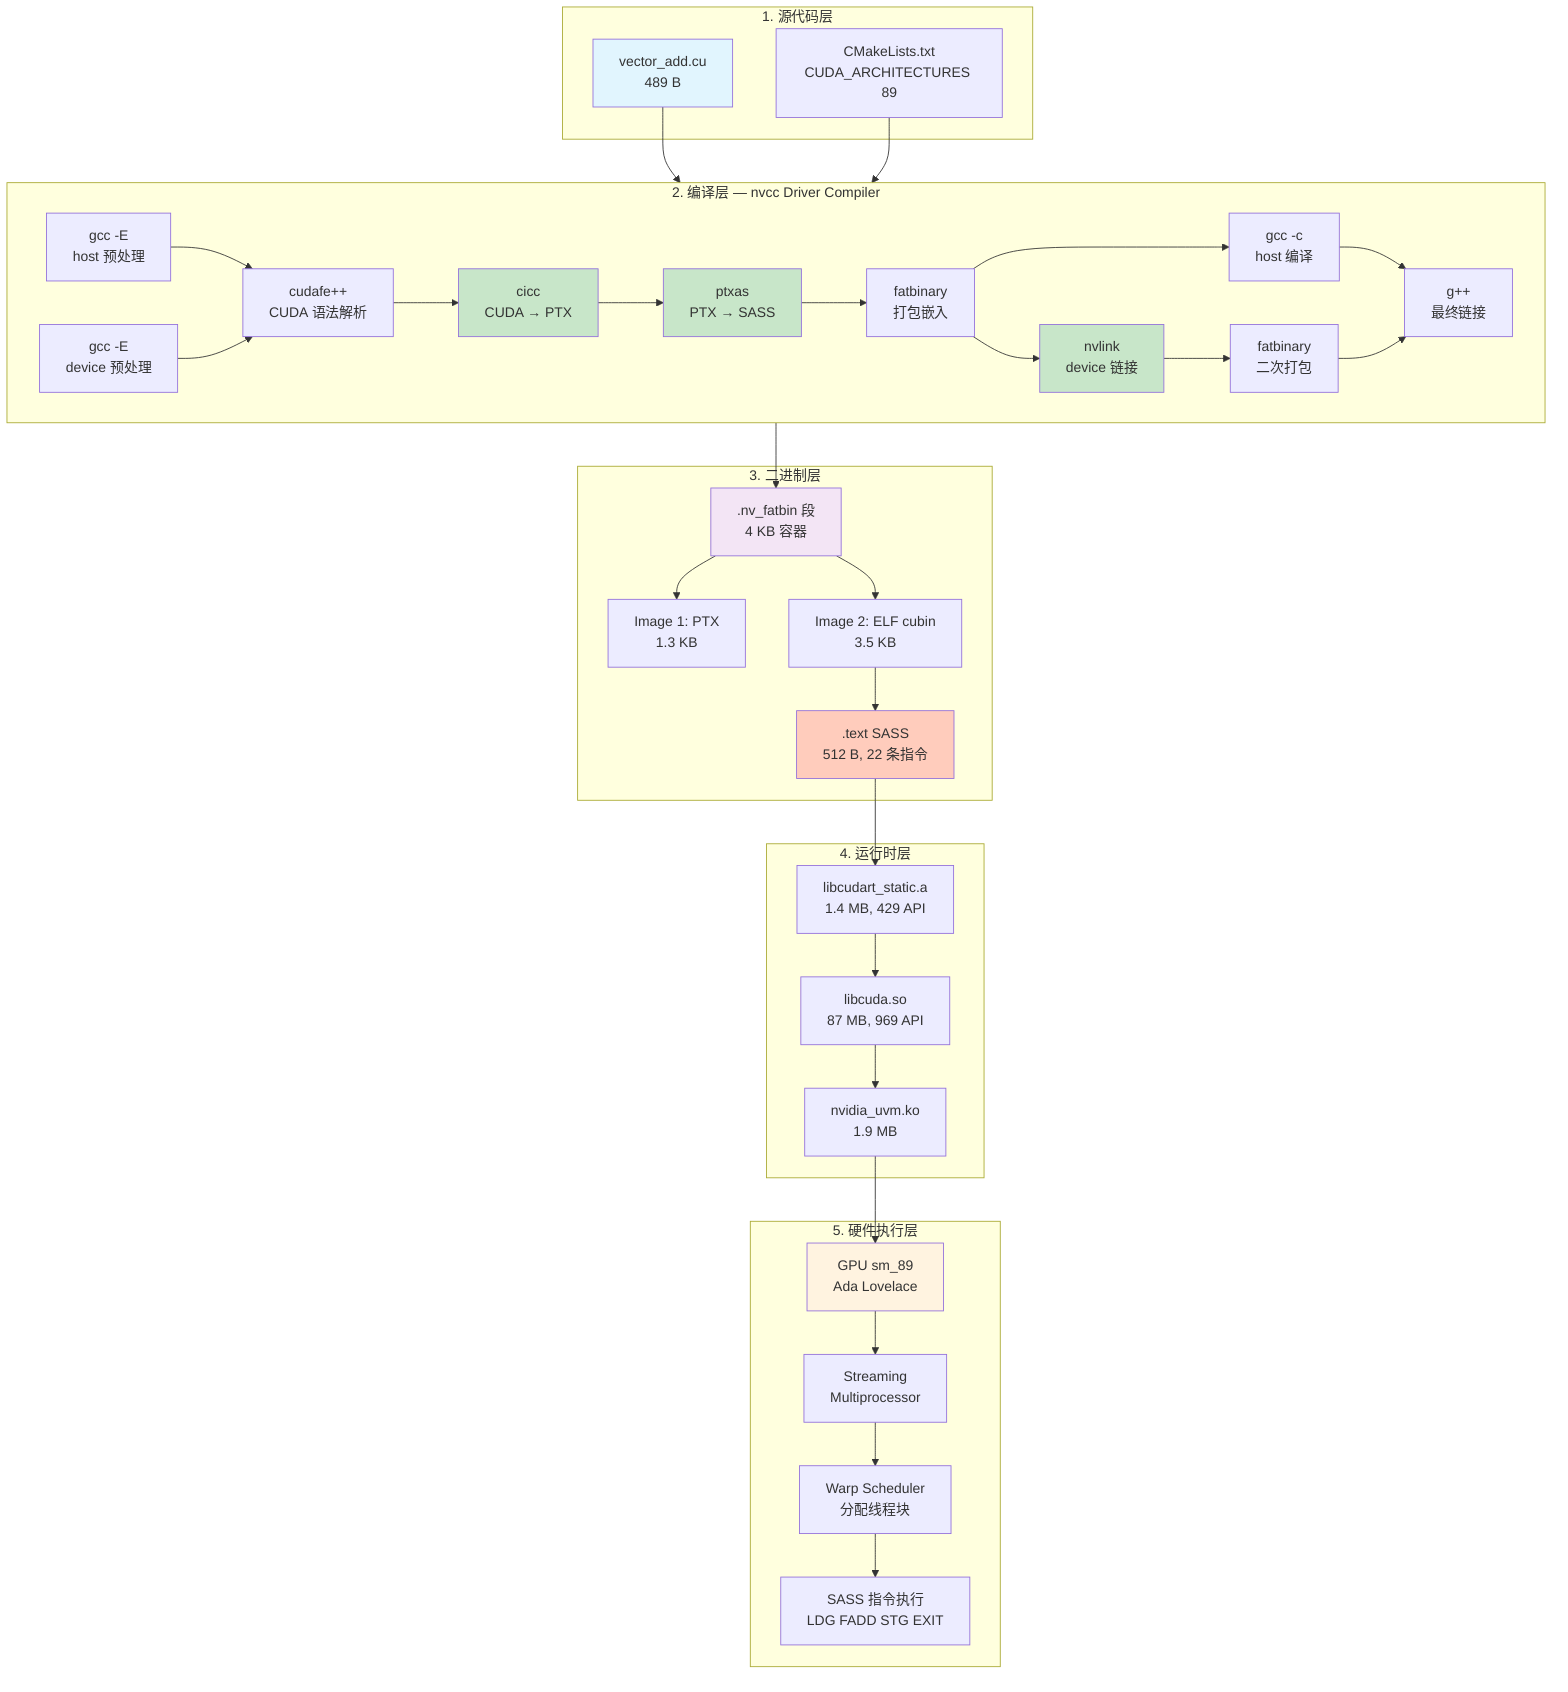
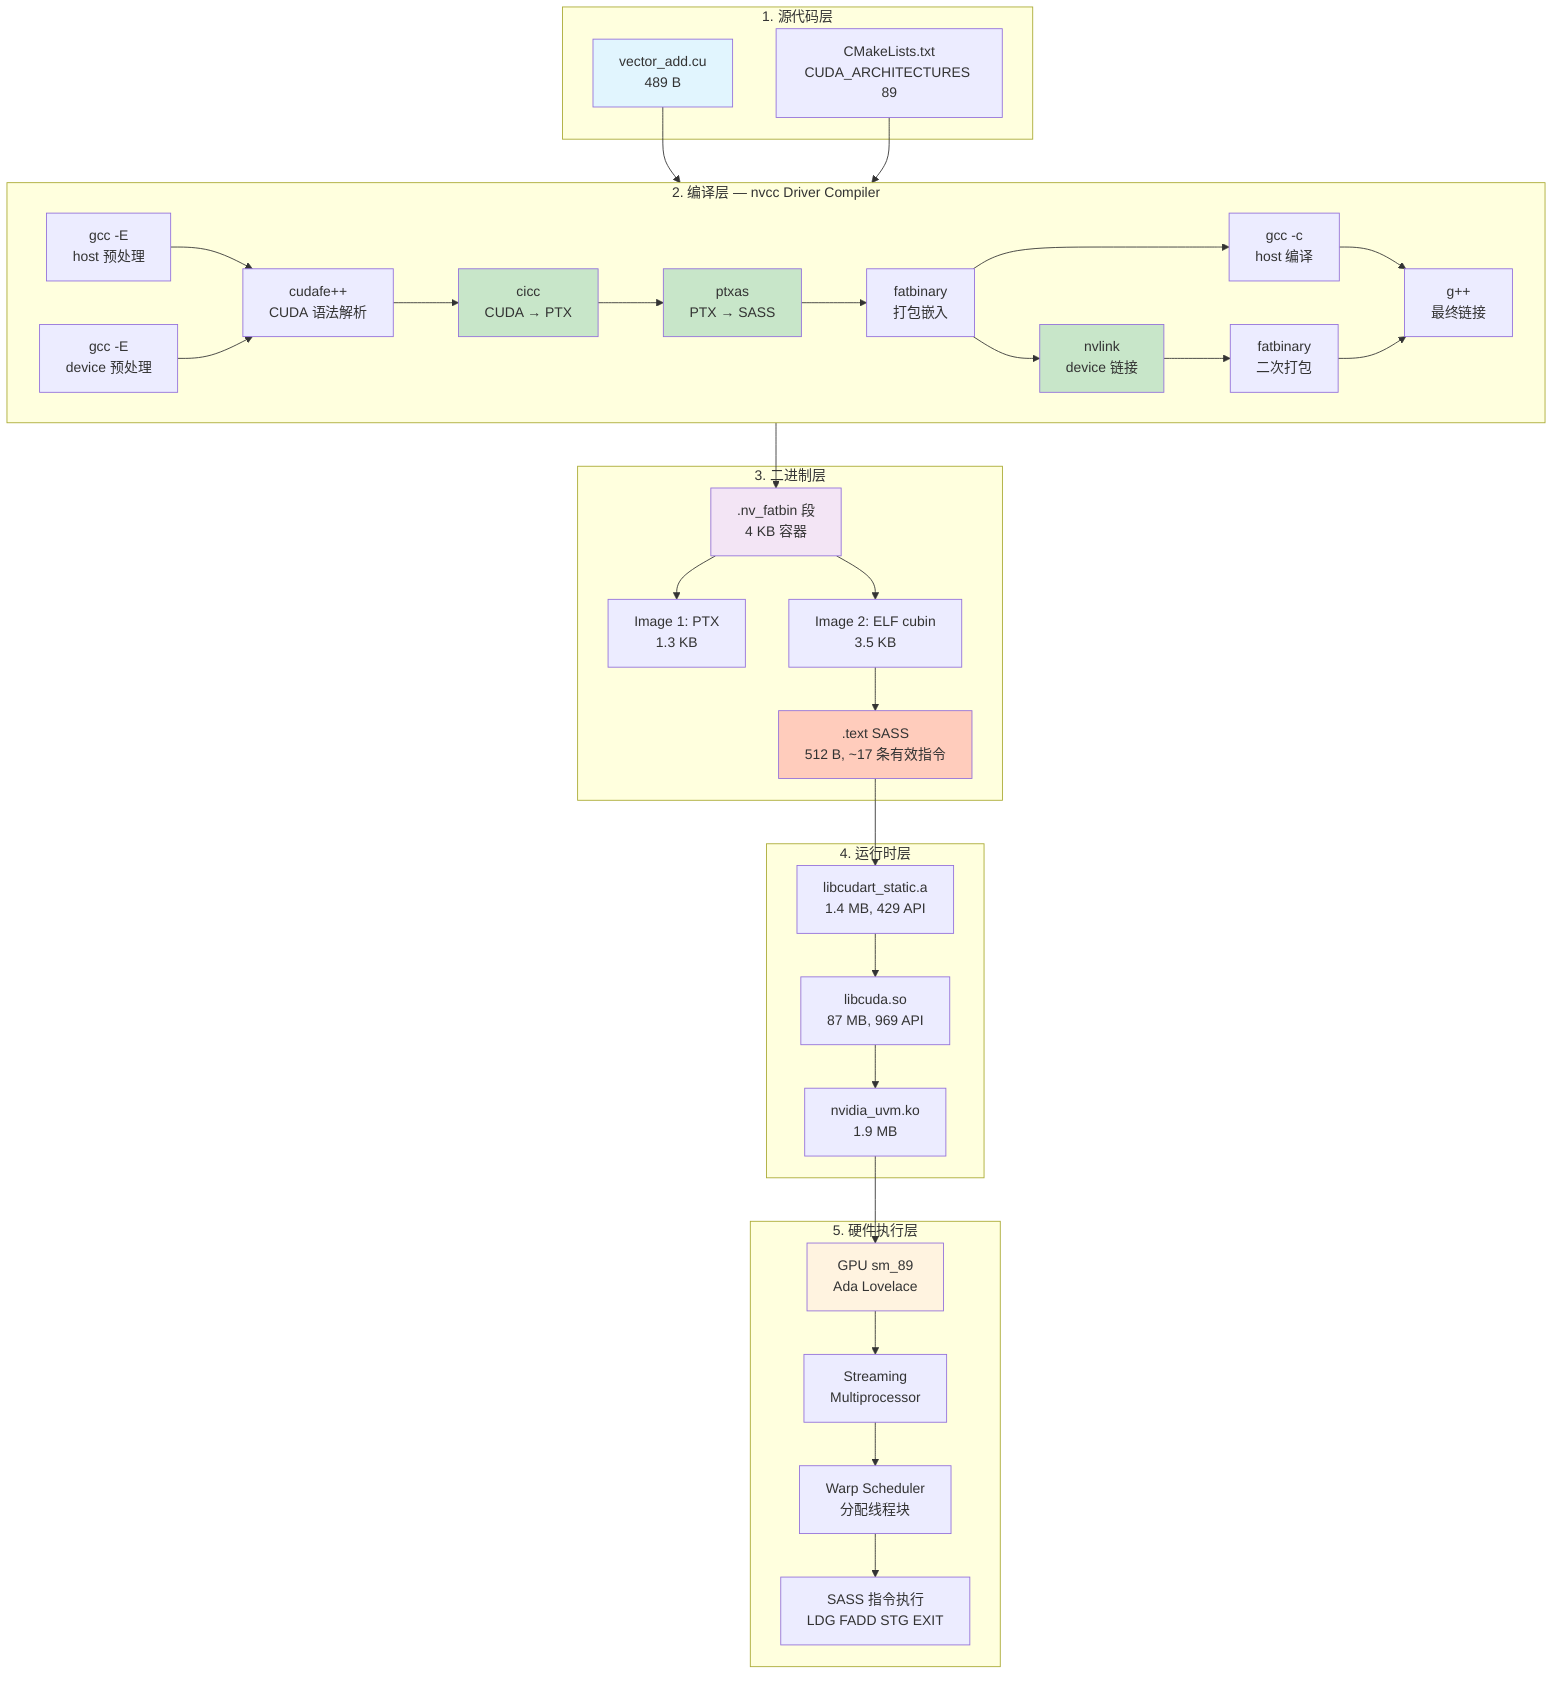
flowchart TB
    subgraph Layer1["1. 源代码层"]
        SRC[vector_add.cu<br/>489 B]
        CMAKE[CMakeLists.txt<br/>CUDA_ARCHITECTURES 89]
    end

    subgraph Layer2["2. 编译层 — nvcc Driver Compiler"]
        direction LR
        PRE1["gcc -E<br/>host 预处理"]
        PRE2["gcc -E<br/>device 预处理"]
        CUDAFE["cudafe++<br/>CUDA 语法解析"]
        CICC["cicc<br/>CUDA → PTX"]
        PTXAS["ptxas<br/>PTX → SASS"]
        FAT1["fatbinary<br/>打包嵌入"]
        GCC["gcc -c<br/>host 编译"]
        NVLINK["nvlink<br/>device 链接"]
        FAT2["fatbinary<br/>二次打包"]
        GPP["g++<br/>最终链接"]
    end

    subgraph Layer3["3. 二进制层"]
        FATBIN[".nv_fatbin 段<br/>4 KB 容器"]
        PTX_IMG["Image 1: PTX<br/>1.3 KB"]
        SASS_IMG["Image 2: ELF cubin<br/>3.5 KB"]
-         TEXT[".text SASS<br/>512 B, 22 条指令"]
+         TEXT[".text SASS<br/>512 B, ~17 条有效指令"]
    end

    subgraph Layer4["4. 运行时层"]
        RUNTIME["libcudart_static.a<br/>1.4 MB, 429 API"]
        DRIVER["libcuda.so<br/>87 MB, 969 API"]
        UVM["nvidia_uvm.ko<br/>1.9 MB"]
    end

    subgraph Layer5["5. 硬件执行层"]
        GPU[GPU sm_89<br/>Ada Lovelace]
        SM[Streaming<br/>Multiprocessor]
        WARP[Warp Scheduler<br/>分配线程块]
        SASS_EXEC["SASS 指令执行<br/>LDG FADD STG EXIT"]
    end

    SRC --> Layer2
    CMAKE --> Layer2
    PRE1 --> CUDAFE
    PRE2 --> CUDAFE
    CUDAFE --> CICC
    CICC --> PTXAS
    PTXAS --> FAT1
    FAT1 --> GCC
    FAT1 --> NVLINK
    NVLINK --> FAT2
    GCC --> GPP
    FAT2 --> GPP
    GPP --> FATBIN
    FATBIN --> PTX_IMG
    FATBIN --> SASS_IMG
    SASS_IMG --> TEXT
    TEXT --> RUNTIME
    RUNTIME --> DRIVER
    DRIVER --> UVM
    UVM --> GPU
    GPU --> SM --> WARP --> SASS_EXEC

    style SRC fill:#e1f5fe
    style GPU fill:#fff3e0
    style CICC fill:#c8e6c9
    style PTXAS fill:#c8e6c9
    style NVLINK fill:#c8e6c9
    style FATBIN fill:#f3e5f5
    style TEXT fill:#ffccbc
